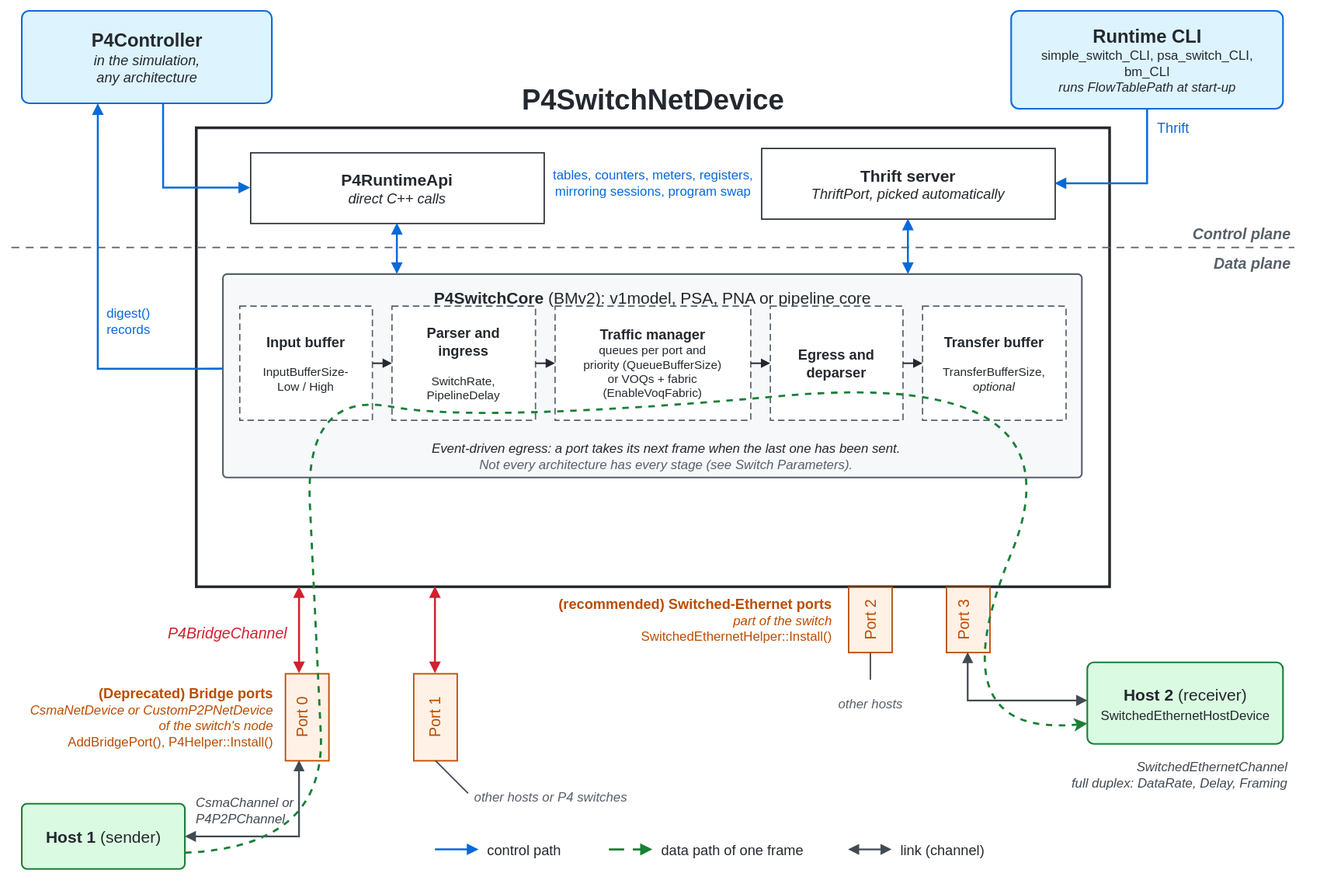
HapCommSys/p4sim keeps this draw.io diagram as doc/figures/p4sim-architecture.drawio.svg. Above is the earlier version. Source tidied: cells renumbered, new cells last; positions are measured from the earlier drawing's top-left corner, leaving out a move shared by most shapes. The source it was exported from:
```xml
<mxGraphModel background="#ffffff">
  <root>
    <mxCell id="0" />
    <mxCell id="1" parent="0" />
    <mxCell id="2" value="&lt;b&gt;&lt;font style=&quot;font-size:17px&quot;&gt;P4Controller&lt;/font&gt;&lt;/b&gt;&lt;br&gt;&lt;i&gt;in the simulation,&lt;br&gt;any architecture&lt;/i&gt;" style="rounded=1;arcSize=8;whiteSpace=wrap;html=1;fillColor=#ddf4ff;strokeColor=#0969da;strokeWidth=1.5;fontFamily=Helvetica;fontSize=13;fontColor=#24292f;" parent="1" vertex="1">
      <mxGeometry x="10" width="230" height="85" as="geometry" />
    </mxCell>
    <mxCell id="3" value="&lt;b&gt;&lt;font style=&quot;font-size:17px&quot;&gt;Runtime CLI&lt;/font&gt;&lt;/b&gt;&lt;br&gt;simple_switch_CLI, psa_switch_CLI,&lt;br&gt;bm_CLI&lt;br&gt;&lt;i&gt;runs FlowTablePath at start-up&lt;/i&gt;" style="rounded=1;arcSize=8;whiteSpace=wrap;html=1;fillColor=#ddf4ff;strokeColor=#0969da;strokeWidth=1.5;fontFamily=Helvetica;fontSize=12;fontColor=#24292f;" parent="1" vertex="1">
      <mxGeometry x="920" width="250" height="90" as="geometry" />
    </mxCell>
    <mxCell id="4" value="&lt;font style=&quot;font-size: 26px;&quot;&gt;P4SwitchNetDevice&lt;/font&gt;" style="text;html=1;align=center;verticalAlign=middle;fontFamily=Helvetica;fontSize=21;fontStyle=1;fontColor=#24292f;" parent="1" vertex="1">
      <mxGeometry x="440" y="69" width="300" height="26" as="geometry" />
    </mxCell>
    <mxCell id="5" style="rounded=0;whiteSpace=wrap;html=1;fillColor=none;strokeColor=#24292f;strokeWidth=2.5;" parent="1" vertex="1">
      <mxGeometry x="170" y="107" width="840" height="422" as="geometry" />
    </mxCell>
    <mxCell id="6" value="&lt;b&gt;&lt;font style=&quot;font-size:15px&quot;&gt;P4RuntimeApi&lt;/font&gt;&lt;/b&gt;&lt;br&gt;&lt;i&gt;direct C++ calls&lt;/i&gt;" style="rounded=0;whiteSpace=wrap;html=1;fillColor=#ffffff;strokeColor=#24292f;strokeWidth=1.2;fontFamily=Helvetica;fontSize=13;fontColor=#24292f;" parent="1" vertex="1">
      <mxGeometry x="220" y="130" width="270" height="65" as="geometry" />
    </mxCell>
    <mxCell id="7" value="&lt;b&gt;&lt;font style=&quot;font-size:15px&quot;&gt;Thrift server&lt;/font&gt;&lt;/b&gt;&lt;br&gt;&lt;i&gt;ThriftPort, picked automatically&lt;/i&gt;" style="rounded=0;whiteSpace=wrap;html=1;fillColor=#ffffff;strokeColor=#24292f;strokeWidth=1.2;fontFamily=Helvetica;fontSize=13;fontColor=#24292f;" parent="1" vertex="1">
      <mxGeometry x="690" y="126" width="270" height="65" as="geometry" />
    </mxCell>
    <mxCell id="8" style="endArrow=none;html=1;dashed=1;dashPattern=6 5;strokeColor=#57606a;strokeWidth=1.2;" parent="1" edge="1">
      <mxGeometry relative="1" as="geometry">
        <mxPoint y="217" as="sourcePoint" />
        <mxPoint x="1180" y="217" as="targetPoint" />
      </mxGeometry>
    </mxCell>
    <mxCell id="9" value="Control plane" style="text;html=1;align=right;verticalAlign=middle;fontFamily=Helvetica;fontSize=14;fontStyle=3;fontColor=#57606a;" parent="1" vertex="1">
      <mxGeometry x="1030" y="195" width="148" height="20" as="geometry" />
    </mxCell>
    <mxCell id="10" value="Data plane" style="text;html=1;align=right;verticalAlign=middle;fontFamily=Helvetica;fontSize=14;fontStyle=3;fontColor=#57606a;" parent="1" vertex="1">
      <mxGeometry x="1030" y="222" width="148" height="20" as="geometry" />
    </mxCell>
    <mxCell id="11" value="&lt;b&gt;P4SwitchCore&lt;/b&gt; (BMv2): v1model, PSA, PNA or pipeline core" style="rounded=1;arcSize=2;whiteSpace=wrap;html=1;fillColor=#f6f8fa;strokeColor=#57606a;strokeWidth=1.5;fontFamily=Helvetica;fontSize=15;fontColor=#24292f;verticalAlign=top;spacingTop=6;" parent="1" vertex="1">
      <mxGeometry x="195" y="242" width="790" height="187" as="geometry" />
    </mxCell>
    <mxCell id="12" value="&lt;b&gt;&lt;font style=&quot;font-size:13px&quot;&gt;Input buffer&lt;/font&gt;&lt;/b&gt;&lt;br&gt;&lt;br&gt;InputBufferSize-&lt;br&gt;Low / High" style="rounded=0;whiteSpace=wrap;html=1;fillColor=#ffffff;strokeColor=#57606a;strokeWidth=1.2;dashed=1;dashPattern=5 3;fontFamily=Helvetica;fontSize=11;fontColor=#24292f;" parent="1" vertex="1">
      <mxGeometry x="210" y="271" width="122" height="105" as="geometry" />
    </mxCell>
    <mxCell id="13" value="&lt;b&gt;&lt;font style=&quot;font-size:13px&quot;&gt;Parser and&lt;br&gt;ingress&lt;/font&gt;&lt;/b&gt;&lt;br&gt;&lt;br&gt;SwitchRate,&lt;br&gt;PipelineDelay" style="rounded=0;whiteSpace=wrap;html=1;fillColor=#ffffff;strokeColor=#57606a;strokeWidth=1.2;dashed=1;dashPattern=5 3;fontFamily=Helvetica;fontSize=11;fontColor=#24292f;" parent="1" vertex="1">
      <mxGeometry x="350" y="271" width="132" height="105" as="geometry" />
    </mxCell>
    <mxCell id="14" value="&lt;b&gt;&lt;font style=&quot;font-size:13px&quot;&gt;Traffic manager&lt;/font&gt;&lt;/b&gt;&lt;br&gt;queues per port and&lt;br&gt;priority (QueueBufferSize)&lt;br&gt;or VOQs + fabric&lt;br&gt;(EnableVoqFabric)" style="rounded=0;whiteSpace=wrap;html=1;fillColor=#ffffff;strokeColor=#57606a;strokeWidth=1.2;dashed=1;dashPattern=5 3;fontFamily=Helvetica;fontSize=11;fontColor=#24292f;" parent="1" vertex="1">
      <mxGeometry x="500" y="271" width="180" height="105" as="geometry" />
    </mxCell>
    <mxCell id="15" value="&lt;b&gt;&lt;font style=&quot;font-size:13px&quot;&gt;Egress and&lt;br&gt;deparser&lt;/font&gt;&lt;/b&gt;" style="rounded=0;whiteSpace=wrap;html=1;fillColor=#ffffff;strokeColor=#57606a;strokeWidth=1.2;dashed=1;dashPattern=5 3;fontFamily=Helvetica;fontSize=11;fontColor=#24292f;" parent="1" vertex="1">
      <mxGeometry x="698" y="271" width="122" height="105" as="geometry" />
    </mxCell>
    <mxCell id="16" value="&lt;b&gt;&lt;font style=&quot;font-size:13px&quot;&gt;Transfer buffer&lt;/font&gt;&lt;/b&gt;&lt;br&gt;&lt;br&gt;TransferBufferSize,&lt;br&gt;&lt;i&gt;optional&lt;/i&gt;" style="rounded=0;whiteSpace=wrap;html=1;fillColor=#ffffff;strokeColor=#57606a;strokeWidth=1.2;dashed=1;dashPattern=5 3;fontFamily=Helvetica;fontSize=11;fontColor=#24292f;" parent="1" vertex="1">
      <mxGeometry x="838" y="271" width="132" height="105" as="geometry" />
    </mxCell>
    <mxCell id="17" style="endArrow=block;endFill=1;endSize=5;html=1;strokeColor=#24292f;strokeWidth=1.4;" parent="1" edge="1" source="12" target="13">
      <mxGeometry relative="1" as="geometry" />
    </mxCell>
    <mxCell id="18" style="endArrow=block;endFill=1;endSize=5;html=1;strokeColor=#24292f;strokeWidth=1.4;" parent="1" edge="1" source="13" target="14">
      <mxGeometry relative="1" as="geometry" />
    </mxCell>
    <mxCell id="19" style="endArrow=block;endFill=1;endSize=5;html=1;strokeColor=#24292f;strokeWidth=1.4;" parent="1" edge="1" source="14" target="15">
      <mxGeometry relative="1" as="geometry" />
    </mxCell>
    <mxCell id="20" style="endArrow=block;endFill=1;endSize=5;html=1;strokeColor=#24292f;strokeWidth=1.4;" parent="1" edge="1" source="15" target="16">
      <mxGeometry relative="1" as="geometry" />
    </mxCell>
    <mxCell id="21" value="&lt;i&gt;Event-driven egress: a port takes its next frame when the last one has been sent.&lt;br&gt;&lt;font color=&quot;#57606a&quot;&gt;Not every architecture has every stage (see Switch Parameters).&lt;/font&gt;&lt;/i&gt;" style="text;html=1;align=center;verticalAlign=middle;fontFamily=Helvetica;fontSize=12;fontColor=#24292f;" parent="1" vertex="1">
      <mxGeometry x="332" y="389" width="540" height="40" as="geometry" />
    </mxCell>
    <mxCell id="22" style="edgeStyle=orthogonalEdgeStyle;rounded=0;html=1;endArrow=block;endFill=1;endSize=6;strokeColor=#0969da;strokeWidth=1.8;exitX=0.565;exitY=1;exitDx=0;exitDy=0;entryX=0;entryY=0.5;entryDx=0;entryDy=0;" parent="1" edge="1" source="2" target="6">
      <mxGeometry relative="1" as="geometry" />
    </mxCell>
    <mxCell id="23" style="edgeStyle=orthogonalEdgeStyle;rounded=0;html=1;endArrow=block;endFill=1;endSize=6;strokeColor=#0969da;strokeWidth=1.8;exitX=0.5;exitY=1;exitDx=0;exitDy=0;entryX=1;entryY=0.5;entryDx=0;entryDy=0;" parent="1" edge="1" source="3" target="7">
      <mxGeometry relative="1" as="geometry" />
    </mxCell>
    <mxCell id="24" value="Thrift" style="text;html=1;align=left;verticalAlign=middle;fontFamily=Helvetica;fontSize=13;fontColor=#0969da;" parent="1" vertex="1">
      <mxGeometry x="1052" y="97" width="60" height="20" as="geometry" />
    </mxCell>
    <mxCell id="25" style="edgeStyle=orthogonalEdgeStyle;rounded=0;html=1;startArrow=block;startFill=1;startSize=6;endArrow=block;endFill=1;endSize=6;strokeColor=#0969da;strokeWidth=1.8;exitX=0.5;exitY=1;exitDx=0;exitDy=0;entryX=0.2025;entryY=0;entryDx=0;entryDy=0;" parent="1" edge="1" source="6" target="11">
      <mxGeometry relative="1" as="geometry" />
    </mxCell>
    <mxCell id="26" style="edgeStyle=orthogonalEdgeStyle;rounded=0;html=1;startArrow=block;startFill=1;startSize=6;endArrow=block;endFill=1;endSize=6;strokeColor=#0969da;strokeWidth=1.8;exitX=0.5;exitY=1;exitDx=0;exitDy=0;entryX=0.7975;entryY=0;entryDx=0;entryDy=0;" parent="1" edge="1" source="7" target="11">
      <mxGeometry relative="1" as="geometry" />
    </mxCell>
    <mxCell id="27" value="tables, counters, meters, registers,&lt;br&gt;mirroring sessions, program swap" style="text;html=1;align=center;verticalAlign=middle;fontFamily=Helvetica;fontSize=12;fontColor=#0969da;" parent="1" vertex="1">
      <mxGeometry x="470" y="142" width="240" height="32" as="geometry" />
    </mxCell>
    <mxCell id="28" style="edgeStyle=orthogonalEdgeStyle;rounded=0;html=1;endArrow=block;endFill=1;endSize=6;strokeColor=#0969da;strokeWidth=1.8;exitX=0;exitY=0.465;exitDx=0;exitDy=0;entryX=0.304;entryY=1;entryDx=0;entryDy=0;" parent="1" edge="1" source="11" target="2">
      <mxGeometry relative="1" as="geometry" />
    </mxCell>
    <mxCell id="29" value="digest()&lt;br&gt;records" style="text;html=1;align=left;verticalAlign=middle;fontFamily=Helvetica;fontSize=12;fontColor=#0969da;" parent="1" vertex="1">
      <mxGeometry x="86" y="269" width="70" height="32" as="geometry" />
    </mxCell>
    <mxCell id="30" value="Port 2" style="rounded=0;whiteSpace=wrap;html=1;horizontal=0;fillColor=#fff1e5;strokeColor=#bc4c00;strokeWidth=1.3;fontFamily=Helvetica;fontSize=14;fontColor=#bc4c00;" parent="1" vertex="1">
      <mxGeometry x="770" y="529.5" width="40" height="60" as="geometry" />
    </mxCell>
    <mxCell id="31" value="Port 3" style="rounded=0;whiteSpace=wrap;html=1;horizontal=0;fillColor=#fff1e5;strokeColor=#bc4c00;strokeWidth=1.3;fontFamily=Helvetica;fontSize=14;fontColor=#bc4c00;spacingBottom=8;" parent="1" vertex="1">
      <mxGeometry x="860" y="529.5" width="40" height="60" as="geometry" />
    </mxCell>
    <mxCell id="32" value="&lt;b&gt;&lt;font style=&quot;font-size:13px&quot;&gt;(recommended) Switched-Ethernet ports&lt;/font&gt;&lt;/b&gt;&lt;br&gt;&lt;i&gt;part of the switch&lt;/i&gt;&lt;br&gt;SwitchedEthernetHelper::Install()" style="text;html=1;align=right;verticalAlign=middle;fontFamily=Helvetica;fontSize=12;fontColor=#bc4c00;" parent="1" vertex="1">
      <mxGeometry x="526" y="533.5" width="230" height="52" as="geometry" />
    </mxCell>
    <mxCell id="33" style="endArrow=none;html=1;strokeColor=#424a53;strokeWidth=1.3;exitX=0.5;exitY=1;exitDx=0;exitDy=0;" parent="1" edge="1" source="30">
      <mxGeometry relative="1" as="geometry">
        <mxPoint x="790" y="614.5" as="targetPoint" />
      </mxGeometry>
    </mxCell>
    <mxCell id="34" value="&lt;i&gt;other hosts&lt;/i&gt;" style="text;html=1;align=center;verticalAlign=middle;fontFamily=Helvetica;fontSize=12;fontColor=#57606a;" parent="1" vertex="1">
      <mxGeometry x="740" y="626.5" width="100" height="20" as="geometry" />
    </mxCell>
    <mxCell id="35" value="&lt;b&gt;Host 2&lt;/b&gt; (receiver)&lt;br&gt;&lt;font style=&quot;font-size:12px&quot;&gt;SwitchedEthernetHostDevice&lt;/font&gt;" style="rounded=1;arcSize=8;whiteSpace=wrap;html=1;fillColor=#dafbe1;strokeColor=#1a7f37;strokeWidth=1.5;fontFamily=Helvetica;fontSize=15;fontColor=#24292f;" parent="1" vertex="1">
      <mxGeometry x="990" y="599" width="180" height="75" as="geometry" />
    </mxCell>
    <mxCell id="36" style="edgeStyle=orthogonalEdgeStyle;rounded=0;html=1;startArrow=block;startFill=1;startSize=6;endArrow=block;endFill=1;endSize=6;strokeColor=#424a53;strokeWidth=1.6;exitX=0.5;exitY=1;exitDx=0;exitDy=0;entryX=0;entryY=0.4667;entryDx=0;entryDy=0;" parent="1" edge="1" source="31" target="35">
      <mxGeometry x="-0.06" relative="1" as="geometry" />
    </mxCell>
    <mxCell id="37" value="&lt;i&gt;SwitchedEthernetChannel&lt;br&gt;full duplex: DataRate, Delay, Framing&lt;/i&gt;" style="text;html=1;align=right;verticalAlign=middle;fontFamily=Helvetica;fontSize=12;fontColor=#424a53;" parent="1" vertex="1">
      <mxGeometry x="920" y="685" width="255" height="34" as="geometry" />
    </mxCell>
    <mxCell id="38" value="Port 0" style="rounded=0;whiteSpace=wrap;html=1;horizontal=0;fillColor=#fff1e5;strokeColor=#bc4c00;strokeWidth=1.3;fontFamily=Helvetica;fontSize=14;fontColor=#bc4c00;spacingBottom=8;" parent="1" vertex="1">
      <mxGeometry x="252" y="609" width="40" height="80" as="geometry" />
    </mxCell>
    <mxCell id="39" value="Port 1" style="rounded=0;whiteSpace=wrap;html=1;horizontal=0;fillColor=#fff1e5;strokeColor=#bc4c00;strokeWidth=1.3;fontFamily=Helvetica;fontSize=14;fontColor=#bc4c00;" parent="1" vertex="1">
      <mxGeometry x="370" y="609" width="40" height="80" as="geometry" />
    </mxCell>
    <mxCell id="40" style="edgeStyle=orthogonalEdgeStyle;rounded=0;html=1;startArrow=block;startFill=1;startSize=6;endArrow=block;endFill=1;endSize=6;strokeColor=#cf222e;strokeWidth=1.8;exitX=0.1131;exitY=1;exitDx=0;exitDy=0;entryX=0.325;entryY=0;entryDx=0;entryDy=0;" parent="1" edge="1" source="5" target="38">
      <mxGeometry relative="1" as="geometry" />
    </mxCell>
    <mxCell id="41" style="edgeStyle=orthogonalEdgeStyle;rounded=0;html=1;startArrow=block;startFill=1;startSize=6;endArrow=block;endFill=1;endSize=6;strokeColor=#cf222e;strokeWidth=1.8;exitX=0.2619;exitY=1;exitDx=0;exitDy=0;entryX=0.5;entryY=0;entryDx=0;entryDy=0;" parent="1" edge="1" source="5" target="39">
      <mxGeometry relative="1" as="geometry" />
    </mxCell>
    <mxCell id="42" value="&lt;i&gt;P4BridgeChannel&lt;/i&gt;" style="text;html=1;align=right;verticalAlign=middle;fontFamily=Helvetica;fontSize=14;fontColor=#cf222e;" parent="1" vertex="1">
      <mxGeometry x="130" y="561" width="125" height="22" as="geometry" />
    </mxCell>
    <mxCell id="43" value="&lt;b&gt;&lt;font style=&quot;font-size:13px&quot;&gt;(Deprecated) Bridge ports&lt;/font&gt;&lt;/b&gt;&lt;br&gt;&lt;i&gt;CsmaNetDevice or CustomP2PNetDevice&lt;br&gt;of the switch's node&lt;/i&gt;&lt;br&gt;AddBridgePort(), P4Helper::Install()" style="text;html=1;align=right;verticalAlign=middle;fontFamily=Helvetica;fontSize=12;fontColor=#bc4c00;" parent="1" vertex="1">
      <mxGeometry y="615" width="242" height="68" as="geometry" />
    </mxCell>
    <mxCell id="44" style="endArrow=none;html=1;strokeColor=#424a53;strokeWidth=1.3;exitX=0.5;exitY=1;exitDx=0;exitDy=0;" parent="1" edge="1" source="39">
      <mxGeometry relative="1" as="geometry">
        <mxPoint x="420" y="719" as="targetPoint" />
      </mxGeometry>
    </mxCell>
    <mxCell id="45" value="&lt;i&gt;other hosts or P4 switches&lt;/i&gt;" style="text;html=1;align=left;verticalAlign=middle;fontFamily=Helvetica;fontSize=12;fontColor=#57606a;" parent="1" vertex="1">
      <mxGeometry x="424" y="713" width="180" height="20" as="geometry" />
    </mxCell>
    <mxCell id="46" value="&lt;b&gt;Host 1&lt;/b&gt; (sender)" style="rounded=1;arcSize=8;whiteSpace=wrap;html=1;fillColor=#dafbe1;strokeColor=#1a7f37;strokeWidth=1.5;fontFamily=Helvetica;fontSize=15;fontColor=#24292f;" parent="1" vertex="1">
      <mxGeometry x="10" y="729" width="150" height="60" as="geometry" />
    </mxCell>
    <mxCell id="47" style="edgeStyle=orthogonalEdgeStyle;rounded=0;html=1;startArrow=block;startFill=1;startSize=6;endArrow=block;endFill=1;endSize=6;strokeColor=#424a53;strokeWidth=1.6;exitX=0.325;exitY=1;exitDx=0;exitDy=0;entryX=1;entryY=0.5;entryDx=0;entryDy=0;" parent="1" edge="1" source="38" target="46">
      <mxGeometry relative="1" as="geometry" />
    </mxCell>
    <mxCell id="48" value="&lt;i&gt;CsmaChannel or&lt;br&gt;P4P2PChannel&lt;/i&gt;" style="text;html=1;align=left;verticalAlign=middle;fontFamily=Helvetica;fontSize=12;fontColor=#424a53;" parent="1" vertex="1">
      <mxGeometry x="168" y="719" width="95" height="32" as="geometry" />
    </mxCell>
    <mxCell id="49" style="endArrow=block;endFill=1;endSize=6;html=1;strokeColor=#0969da;strokeWidth=1.8;" parent="1" edge="1">
      <mxGeometry relative="1" as="geometry">
        <mxPoint x="390" y="771" as="sourcePoint" />
        <mxPoint x="430" y="771" as="targetPoint" />
      </mxGeometry>
    </mxCell>
    <mxCell id="50" value="control path" style="text;html=1;align=left;verticalAlign=middle;fontFamily=Helvetica;fontSize=13;fontColor=#24292f;" parent="1" vertex="1">
      <mxGeometry x="436" y="761" width="100" height="20" as="geometry" />
    </mxCell>
    <mxCell id="51" style="endArrow=block;endFill=1;endSize=6;html=1;strokeColor=#1a7f37;strokeWidth=2;dashed=1;dashPattern=7 4;" parent="1" edge="1">
      <mxGeometry relative="1" as="geometry">
        <mxPoint x="550" y="771" as="sourcePoint" />
        <mxPoint x="590" y="771" as="targetPoint" />
      </mxGeometry>
    </mxCell>
    <mxCell id="52" value="data path of one frame" style="text;html=1;align=left;verticalAlign=middle;fontFamily=Helvetica;fontSize=13;fontColor=#24292f;" parent="1" vertex="1">
      <mxGeometry x="596" y="761" width="160" height="20" as="geometry" />
    </mxCell>
    <mxCell id="53" style="startArrow=block;startFill=1;startSize=6;endArrow=block;endFill=1;endSize=6;html=1;strokeColor=#424a53;strokeWidth=1.6;" parent="1" edge="1">
      <mxGeometry relative="1" as="geometry">
        <mxPoint x="770" y="771" as="sourcePoint" />
        <mxPoint x="810" y="771" as="targetPoint" />
      </mxGeometry>
    </mxCell>
    <mxCell id="54" value="link (channel)" style="text;html=1;align=left;verticalAlign=middle;fontFamily=Helvetica;fontSize=13;fontColor=#24292f;" parent="1" vertex="1">
      <mxGeometry x="816" y="761" width="110" height="20" as="geometry" />
    </mxCell>
    <mxCell id="55" style="curved=1;curveGeometry=1;endArrow=classic;html=1;rounded=0;entryX=0;entryY=0.75;entryDx=0;entryDy=0;dashed=1;strokeWidth=2;strokeColor=#1A7F37;exitX=1;exitY=0.75;exitDx=0;exitDy=0;" parent="1" edge="1" source="46" target="35">
      <mxGeometry x="0.82" relative="1" as="geometry">
        <Array as="points">
          <mxPoint x="290" y="769" />
          <mxPoint x="280" y="559" />
          <mxPoint x="270" y="349" />
          <mxPoint x="430" y="379" />
          <mxPoint x="990" y="329" />
          <mxPoint x="850" y="669" />
        </Array>
      </mxGeometry>
    </mxCell>
  </root>
</mxGraphModel>
```
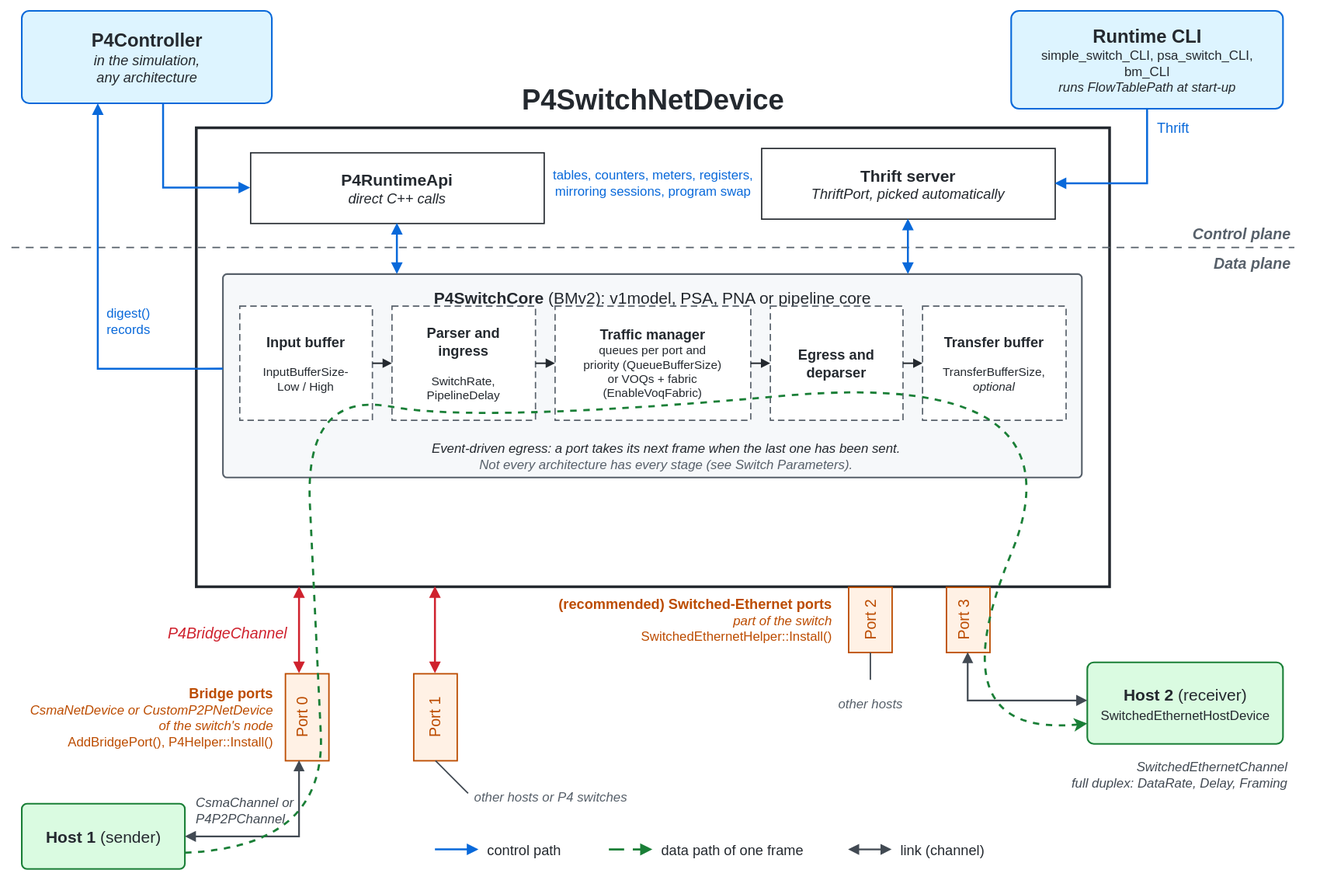
Later version of the same file.

Commit message:
Do not mark the bridge ports as deprecated in the figure

Nothing deprecates them: the topology reader and links between switches
use them, and they connect a switch most easily to other ns-3 modules.

Diff of the diagram source:
```diff
@@ -130,7 +130,7 @@
     <mxCell id="42" value="&lt;i&gt;P4BridgeChannel&lt;/i&gt;" style="text;html=1;align=right;verticalAlign=middle;fontFamily=Helvetica;fontSize=14;fontColor=#cf222e;" parent="1" vertex="1">
       <mxGeometry x="130" y="561" width="125" height="22" as="geometry" />
     </mxCell>
-    <mxCell id="43" value="&lt;b&gt;&lt;font style=&quot;font-size:13px&quot;&gt;(Deprecated) Bridge ports&lt;/font&gt;&lt;/b&gt;&lt;br&gt;&lt;i&gt;CsmaNetDevice or CustomP2PNetDevice&lt;br&gt;of the switch's node&lt;/i&gt;&lt;br&gt;AddBridgePort(), P4Helper::Install()" style="text;html=1;align=right;verticalAlign=middle;fontFamily=Helvetica;fontSize=12;fontColor=#bc4c00;" parent="1" vertex="1">
+    <mxCell id="43" value="&lt;b&gt;&lt;font style=&quot;font-size:13px&quot;&gt;Bridge ports&lt;/font&gt;&lt;/b&gt;&lt;br&gt;&lt;i&gt;CsmaNetDevice or CustomP2PNetDevice&lt;br&gt;of the switch's node&lt;/i&gt;&lt;br&gt;AddBridgePort(), P4Helper::Install()" style="text;html=1;align=right;verticalAlign=middle;fontFamily=Helvetica;fontSize=12;fontColor=#bc4c00;" parent="1" vertex="1">
       <mxGeometry y="615" width="242" height="68" as="geometry" />
     </mxCell>
     <mxCell id="44" style="endArrow=none;html=1;strokeColor=#424a53;strokeWidth=1.3;exitX=0.5;exitY=1;exitDx=0;exitDy=0;" parent="1" edge="1" source="39">
```
